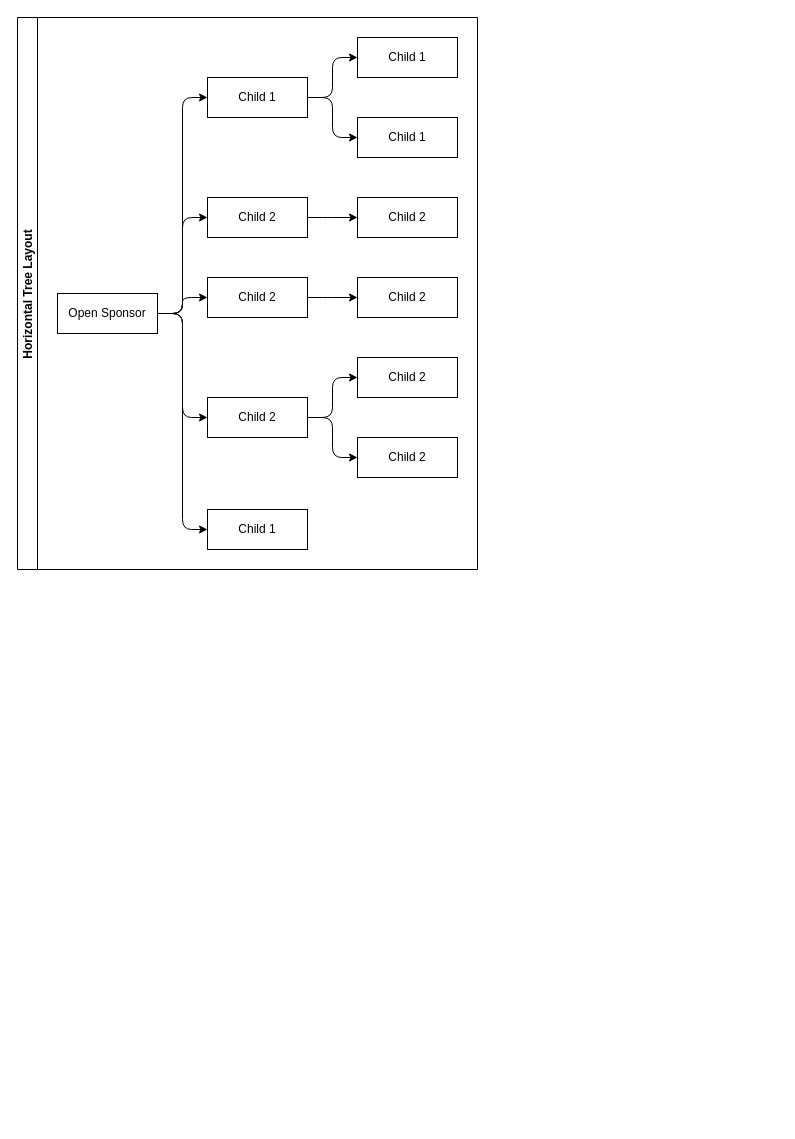
opensponsor/opensponsor-api keeps this draw.io diagram as design.drawio. Above is the earlier version. Source tidied: cells renumbered, new cells numbered last; positions are measured from the earlier drawing's top-left corner, leaving out a move shared by most shapes. Both pictures are drawn from the tidied source at 100%, with x=0, y=0 at pixel (17, 17).
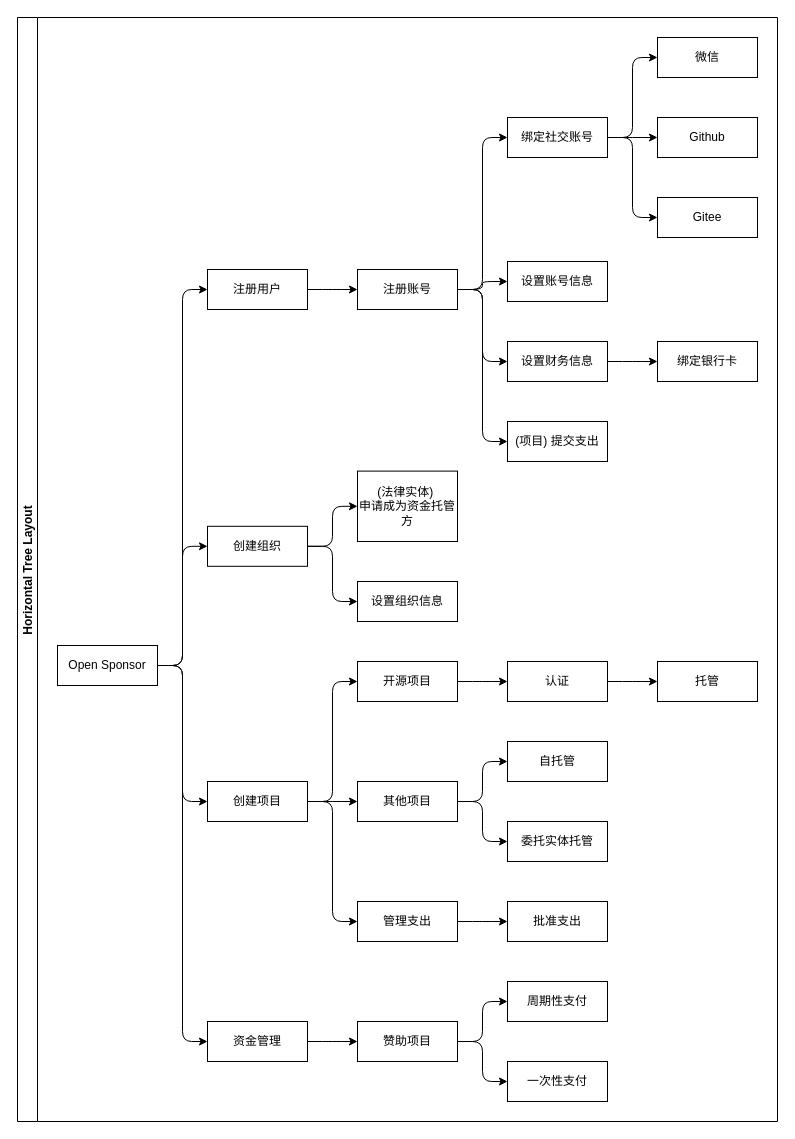
After the change.

The edit, as a diff of the source:
```diff
@@
     <mxCell id="2" value="Horizontal Tree Layout" style="swimlane;startSize=20;horizontal=0;horizontalTree=1;containerType=tree;fontSize=12;" parent="1" vertex="1">
-      <mxGeometry width="460" height="552" as="geometry" />
+      <mxGeometry width="760" height="1104" as="geometry" />
     </mxCell>
     <mxCell id="3" value="Open Sponsor" style="whiteSpace=wrap;html=1;" parent="2" vertex="1">
-      <mxGeometry x="40" y="276" width="100" height="40" as="geometry" />
+      <mxGeometry x="40" y="628" width="100" height="40" as="geometry" />
     </mxCell>
-    <mxCell id="4" value="Child 1" style="whiteSpace=wrap;html=1;" parent="2" vertex="1">
-      <mxGeometry x="190" y="60" width="100" height="40" as="geometry" />
+    <mxCell id="4" value="注册用户" style="whiteSpace=wrap;html=1;" parent="2" vertex="1">
+      <mxGeometry x="190" y="252" width="100" height="40" as="geometry" />
     </mxCell>
@@
-    <mxCell id="6" value="Child 2" style="whiteSpace=wrap;html=1;" parent="2" vertex="1">
-      <mxGeometry x="190" y="180" width="100" height="40" as="geometry" />
+    <mxCell id="6" value="创建组织" style="whiteSpace=wrap;html=1;" parent="2" vertex="1">
+      <mxGeometry x="190" y="508.8" width="100" height="40" as="geometry" />
     </mxCell>
@@
-    <mxCell id="9" value="Child 2" style="whiteSpace=wrap;html=1;" parent="2" vertex="1">
-      <mxGeometry x="340" y="180" width="100" height="40" as="geometry" />
+    <mxCell id="9" value="(法律实体)&amp;nbsp;&lt;div&gt;申请成为资金托管方&lt;/div&gt;" style="whiteSpace=wrap;html=1;" parent="2" vertex="1">
+      <mxGeometry x="340" y="453.6" width="100" height="70.4" as="geometry" />
     </mxCell>
@@
-    <mxCell id="11" value="Child 1" style="whiteSpace=wrap;html=1;" parent="2" vertex="1">
-      <mxGeometry x="340" y="20" width="100" height="40" as="geometry" />
+    <mxCell id="11" value="注册账号" style="whiteSpace=wrap;html=1;" parent="2" vertex="1">
+      <mxGeometry x="340" y="252" width="100" height="40" as="geometry" />
     </mxCell>
-    <mxCell id="12" style="edgeStyle=elbowEdgeStyle;elbow=horizontal;html=1;rounded=1;curved=0;sourcePerimeterSpacing=0;targetPerimeterSpacing=0;startSize=6;endSize=6;" parent="2" edge="1" source="4" target="13">
-      <mxGeometry relative="1" as="geometry" />
-    </mxCell>
-    <mxCell id="13" value="Child 1" style="whiteSpace=wrap;html=1;" parent="2" vertex="1">
-      <mxGeometry x="340" y="100" width="100" height="40" as="geometry" />
-    </mxCell>
@@
-    <mxCell id="15" value="Child 2" style="whiteSpace=wrap;html=1;" parent="2" vertex="1">
-      <mxGeometry x="190" y="260" width="100" height="40" as="geometry" />
+    <mxCell id="15" value="创建项目" style="whiteSpace=wrap;html=1;" parent="2" vertex="1">
+      <mxGeometry x="190" y="764" width="100" height="40" as="geometry" />
     </mxCell>
-    <mxCell id="16" style="edgeStyle=elbowEdgeStyle;elbow=horizontal;html=1;rounded=1;curved=0;sourcePerimeterSpacing=0;targetPerimeterSpacing=0;startSize=6;endSize=6;" parent="2" edge="1" source="3" target="17">
-      <mxGeometry relative="1" as="geometry" />
-    </mxCell>
-    <mxCell id="17" value="Child 2" style="whiteSpace=wrap;html=1;" parent="2" vertex="1">
-      <mxGeometry x="190" y="380" width="100" height="40" as="geometry" />
-    </mxCell>
-    <mxCell id="18" style="edgeStyle=elbowEdgeStyle;elbow=horizontal;html=1;rounded=1;curved=0;sourcePerimeterSpacing=0;targetPerimeterSpacing=0;startSize=6;endSize=6;" parent="2" edge="1" source="3" target="19">
-      <mxGeometry relative="1" as="geometry" />
-    </mxCell>
-    <mxCell id="19" value="Child 1" style="whiteSpace=wrap;html=1;" parent="2" vertex="1">
-      <mxGeometry x="190" y="492" width="100" height="40" as="geometry" />
-    </mxCell>
@@
-    <mxCell id="21" value="Child 2" style="whiteSpace=wrap;html=1;" parent="2" vertex="1">
-      <mxGeometry x="340" y="260" width="100" height="40" as="geometry" />
+    <mxCell id="21" value="开源项目" style="whiteSpace=wrap;html=1;" parent="2" vertex="1">
+      <mxGeometry x="340" y="644" width="100" height="40" as="geometry" />
     </mxCell>
-    <mxCell id="22" style="edgeStyle=elbowEdgeStyle;elbow=horizontal;html=1;rounded=1;curved=0;sourcePerimeterSpacing=0;targetPerimeterSpacing=0;startSize=6;endSize=6;" parent="2" edge="1" source="17" target="23">
-      <mxGeometry relative="1" as="geometry" />
-    </mxCell>
-    <mxCell id="23" value="Child 2" style="whiteSpace=wrap;html=1;" parent="2" vertex="1">
-      <mxGeometry x="340" y="340" width="100" height="40" as="geometry" />
-    </mxCell>
-    <mxCell id="24" style="edgeStyle=elbowEdgeStyle;elbow=horizontal;html=1;rounded=1;curved=0;sourcePerimeterSpacing=0;targetPerimeterSpacing=0;startSize=6;endSize=6;" parent="2" edge="1" source="17" target="25">
-      <mxGeometry relative="1" as="geometry" />
-    </mxCell>
-    <mxCell id="25" value="Child 2" style="whiteSpace=wrap;html=1;" parent="2" vertex="1">
-      <mxGeometry x="340" y="420" width="100" height="40" as="geometry" />
-    </mxCell>
+    <mxCell id="26" style="edgeStyle=elbowEdgeStyle;elbow=horizontal;html=1;rounded=1;curved=0;sourcePerimeterSpacing=0;targetPerimeterSpacing=0;startSize=6;endSize=6;" parent="2" edge="1" source="6" target="27">
+      <mxGeometry relative="1" as="geometry" />
+    </mxCell>
+    <mxCell id="27" value="设置组织信息" style="whiteSpace=wrap;html=1;" parent="2" vertex="1">
+      <mxGeometry x="340" y="564" width="100" height="40" as="geometry" />
+    </mxCell>
+    <mxCell id="28" style="edgeStyle=elbowEdgeStyle;elbow=horizontal;html=1;rounded=1;curved=0;sourcePerimeterSpacing=0;targetPerimeterSpacing=0;startSize=6;endSize=6;" parent="2" edge="1" source="15" target="29">
+      <mxGeometry relative="1" as="geometry" />
+    </mxCell>
+    <mxCell id="29" value="其他项目" style="whiteSpace=wrap;html=1;" parent="2" vertex="1">
+      <mxGeometry x="340" y="764" width="100" height="40" as="geometry" />
+    </mxCell>
+    <mxCell id="30" style="edgeStyle=elbowEdgeStyle;elbow=horizontal;html=1;rounded=1;curved=0;sourcePerimeterSpacing=0;targetPerimeterSpacing=0;startSize=6;endSize=6;" parent="2" edge="1" source="29" target="31">
+      <mxGeometry relative="1" as="geometry" />
+    </mxCell>
+    <mxCell id="31" value="自托管" style="whiteSpace=wrap;html=1;" parent="2" vertex="1">
+      <mxGeometry x="490" y="724" width="100" height="40" as="geometry" />
+    </mxCell>
+    <mxCell id="32" style="edgeStyle=elbowEdgeStyle;elbow=horizontal;html=1;rounded=1;curved=0;sourcePerimeterSpacing=0;targetPerimeterSpacing=0;startSize=6;endSize=6;" parent="2" edge="1" source="29" target="33">
+      <mxGeometry relative="1" as="geometry" />
+    </mxCell>
+    <mxCell id="33" value="委托实体托管" style="whiteSpace=wrap;html=1;" parent="2" vertex="1">
+      <mxGeometry x="490" y="804" width="100" height="40" as="geometry" />
+    </mxCell>
+    <mxCell id="34" style="edgeStyle=elbowEdgeStyle;elbow=horizontal;html=1;rounded=1;curved=0;sourcePerimeterSpacing=0;targetPerimeterSpacing=0;startSize=6;endSize=6;" parent="2" edge="1" source="3" target="35">
+      <mxGeometry relative="1" as="geometry" />
+    </mxCell>
+    <mxCell id="35" value="资金管理" style="whiteSpace=wrap;html=1;" parent="2" vertex="1">
+      <mxGeometry x="190" y="1004" width="100" height="40" as="geometry" />
+    </mxCell>
+    <mxCell id="36" style="edgeStyle=elbowEdgeStyle;elbow=horizontal;html=1;rounded=1;curved=0;sourcePerimeterSpacing=0;targetPerimeterSpacing=0;startSize=6;endSize=6;" parent="2" edge="1" source="35" target="37">
+      <mxGeometry relative="1" as="geometry" />
+    </mxCell>
+    <mxCell id="37" value="赞助项目" style="whiteSpace=wrap;html=1;" parent="2" vertex="1">
+      <mxGeometry x="340" y="1004" width="100" height="40" as="geometry" />
+    </mxCell>
+    <mxCell id="38" style="edgeStyle=elbowEdgeStyle;elbow=horizontal;html=1;rounded=1;curved=0;sourcePerimeterSpacing=0;targetPerimeterSpacing=0;startSize=6;endSize=6;" parent="2" edge="1" source="37" target="39">
+      <mxGeometry relative="1" as="geometry" />
+    </mxCell>
+    <mxCell id="39" value="一次性支付" style="whiteSpace=wrap;html=1;" parent="2" vertex="1">
+      <mxGeometry x="490" y="1044" width="100" height="40" as="geometry" />
+    </mxCell>
+    <mxCell id="40" style="edgeStyle=elbowEdgeStyle;elbow=horizontal;html=1;rounded=1;curved=0;sourcePerimeterSpacing=0;targetPerimeterSpacing=0;startSize=6;endSize=6;" parent="2" edge="1" source="37" target="41">
+      <mxGeometry relative="1" as="geometry" />
+    </mxCell>
+    <mxCell id="41" value="周期性支付" style="whiteSpace=wrap;html=1;" parent="2" vertex="1">
+      <mxGeometry x="490" y="964" width="100" height="40" as="geometry" />
+    </mxCell>
+    <mxCell id="42" style="edgeStyle=elbowEdgeStyle;elbow=horizontal;html=1;rounded=1;curved=0;sourcePerimeterSpacing=0;targetPerimeterSpacing=0;startSize=6;endSize=6;" parent="2" edge="1" source="11" target="43">
+      <mxGeometry relative="1" as="geometry" />
+    </mxCell>
+    <mxCell id="43" value="绑定社交账号" style="whiteSpace=wrap;html=1;" parent="2" vertex="1">
+      <mxGeometry x="490" y="100" width="100" height="40" as="geometry" />
+    </mxCell>
+    <mxCell id="44" style="edgeStyle=elbowEdgeStyle;elbow=horizontal;html=1;rounded=1;curved=0;sourcePerimeterSpacing=0;targetPerimeterSpacing=0;startSize=6;endSize=6;" parent="2" edge="1" source="43" target="45">
+      <mxGeometry relative="1" as="geometry" />
+    </mxCell>
+    <mxCell id="45" value="微信" style="whiteSpace=wrap;html=1;" parent="2" vertex="1">
+      <mxGeometry x="640" y="20" width="100" height="40" as="geometry" />
+    </mxCell>
+    <mxCell id="46" style="edgeStyle=elbowEdgeStyle;elbow=horizontal;html=1;rounded=1;curved=0;sourcePerimeterSpacing=0;targetPerimeterSpacing=0;startSize=6;endSize=6;" parent="2" edge="1" source="43" target="47">
+      <mxGeometry relative="1" as="geometry" />
+    </mxCell>
+    <mxCell id="47" value="Github" style="whiteSpace=wrap;html=1;" parent="2" vertex="1">
+      <mxGeometry x="640" y="100" width="100" height="40" as="geometry" />
+    </mxCell>
+    <mxCell id="48" style="edgeStyle=elbowEdgeStyle;elbow=horizontal;html=1;rounded=1;curved=0;sourcePerimeterSpacing=0;targetPerimeterSpacing=0;startSize=6;endSize=6;" parent="2" edge="1" source="43" target="49">
+      <mxGeometry relative="1" as="geometry" />
+    </mxCell>
+    <mxCell id="49" value="Gitee" style="whiteSpace=wrap;html=1;" parent="2" vertex="1">
+      <mxGeometry x="640" y="180" width="100" height="40" as="geometry" />
+    </mxCell>
+    <mxCell id="50" style="edgeStyle=elbowEdgeStyle;elbow=horizontal;html=1;rounded=1;curved=0;sourcePerimeterSpacing=0;targetPerimeterSpacing=0;startSize=6;endSize=6;" parent="2" edge="1" source="11" target="51">
+      <mxGeometry relative="1" as="geometry" />
+    </mxCell>
+    <mxCell id="51" value="设置账号信息" style="whiteSpace=wrap;html=1;" parent="2" vertex="1">
+      <mxGeometry x="490" y="244" width="100" height="40" as="geometry" />
+    </mxCell>
+    <mxCell id="52" style="edgeStyle=elbowEdgeStyle;elbow=horizontal;html=1;rounded=1;curved=0;sourcePerimeterSpacing=0;targetPerimeterSpacing=0;startSize=6;endSize=6;" parent="2" edge="1" source="21" target="53">
+      <mxGeometry relative="1" as="geometry" />
+    </mxCell>
+    <mxCell id="53" value="认证" style="whiteSpace=wrap;html=1;" parent="2" vertex="1">
+      <mxGeometry x="490" y="644" width="100" height="40" as="geometry" />
+    </mxCell>
+    <mxCell id="54" style="edgeStyle=elbowEdgeStyle;elbow=horizontal;html=1;rounded=1;curved=0;sourcePerimeterSpacing=0;targetPerimeterSpacing=0;startSize=6;endSize=6;" parent="2" edge="1" source="11" target="55">
+      <mxGeometry relative="1" as="geometry" />
+    </mxCell>
+    <mxCell id="55" value="设置财务信息" style="whiteSpace=wrap;html=1;" parent="2" vertex="1">
+      <mxGeometry x="490" y="324" width="100" height="40" as="geometry" />
+    </mxCell>
+    <mxCell id="56" style="edgeStyle=elbowEdgeStyle;elbow=horizontal;html=1;rounded=1;curved=0;sourcePerimeterSpacing=0;targetPerimeterSpacing=0;startSize=6;endSize=6;" parent="2" edge="1" source="55" target="57">
+      <mxGeometry relative="1" as="geometry" />
+    </mxCell>
+    <mxCell id="57" value="绑定银行卡" style="whiteSpace=wrap;html=1;" parent="2" vertex="1">
+      <mxGeometry x="640" y="324" width="100" height="40" as="geometry" />
+    </mxCell>
+    <mxCell id="58" style="edgeStyle=elbowEdgeStyle;elbow=horizontal;html=1;rounded=1;curved=0;sourcePerimeterSpacing=0;targetPerimeterSpacing=0;startSize=6;endSize=6;" parent="2" edge="1" source="15" target="59">
+      <mxGeometry relative="1" as="geometry" />
+    </mxCell>
+    <mxCell id="59" value="管理支出" style="whiteSpace=wrap;html=1;" parent="2" vertex="1">
+      <mxGeometry x="340" y="884" width="100" height="40" as="geometry" />
+    </mxCell>
+    <mxCell id="60" style="edgeStyle=elbowEdgeStyle;elbow=horizontal;html=1;rounded=1;curved=0;sourcePerimeterSpacing=0;targetPerimeterSpacing=0;startSize=6;endSize=6;" parent="2" edge="1" source="11" target="61">
+      <mxGeometry relative="1" as="geometry" />
+    </mxCell>
+    <mxCell id="61" value="(项目) 提交支出" style="whiteSpace=wrap;html=1;" parent="2" vertex="1">
+      <mxGeometry x="490" y="404" width="100" height="40" as="geometry" />
+    </mxCell>
+    <mxCell id="62" style="edgeStyle=elbowEdgeStyle;elbow=horizontal;html=1;rounded=1;curved=0;sourcePerimeterSpacing=0;targetPerimeterSpacing=0;startSize=6;endSize=6;" parent="2" edge="1" source="53" target="63">
+      <mxGeometry relative="1" as="geometry" />
+    </mxCell>
+    <mxCell id="63" value="托管" style="whiteSpace=wrap;html=1;" parent="2" vertex="1">
+      <mxGeometry x="640" y="644" width="100" height="40" as="geometry" />
+    </mxCell>
+    <mxCell id="64" style="edgeStyle=elbowEdgeStyle;elbow=horizontal;html=1;rounded=1;curved=0;sourcePerimeterSpacing=0;targetPerimeterSpacing=0;startSize=6;endSize=6;" parent="2" edge="1" source="59" target="65">
+      <mxGeometry relative="1" as="geometry" />
+    </mxCell>
+    <mxCell id="65" value="批准支出" style="whiteSpace=wrap;html=1;" parent="2" vertex="1">
+      <mxGeometry x="490" y="884" width="100" height="40" as="geometry" />
+    </mxCell>
```
